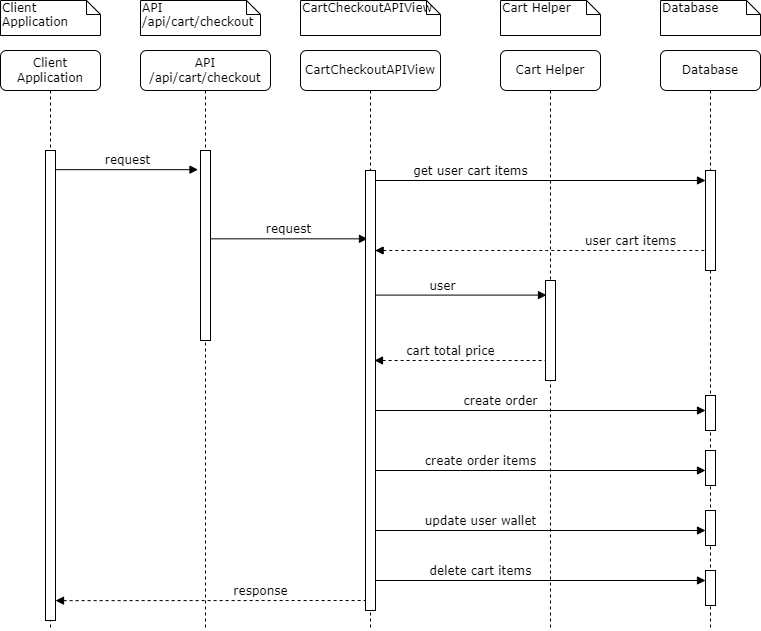
This is diagrams/sequence-diagram.drawio.png from dragos-bizu/shopping-cart, a draw.io export, as it was before one commit. Source tidied: cells renumbered, new cells last; positions are measured from the earlier drawing's top-left corner, leaving out a move shared by most shapes.
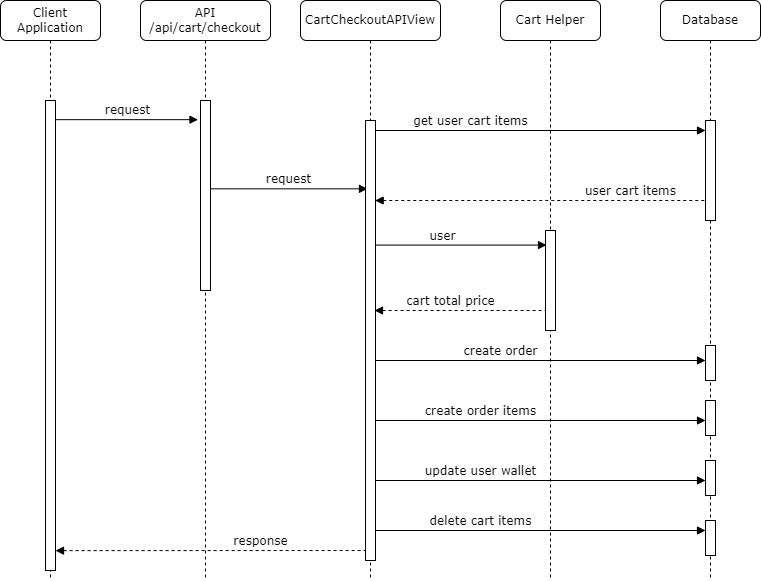
Later version of the same file.

The edit, as a diff of the source:
```diff
@@ -74,21 +74,6 @@
     <mxCell id="17" value="request" style="html=1;verticalAlign=bottom;endArrow=block;labelBackgroundColor=none;fontFamily=Verdana;fontSize=12;edgeStyle=elbowEdgeStyle;elbow=vertical;entryX=0.2;entryY=0.155;entryDx=0;entryDy=0;entryPerimeter=0;" parent="1" edge="1" source="5" target="31">
       <mxGeometry relative="1" as="geometry" />
     </mxCell>
-    <mxCell id="18" value="Client Application" style="shape=note;whiteSpace=wrap;html=1;size=14;verticalAlign=top;align=left;spacingTop=-6;rounded=0;shadow=0;comic=0;labelBackgroundColor=none;strokeWidth=1;fontFamily=Verdana;fontSize=12;" parent="1" vertex="1">
-      <mxGeometry x="94" width="100" height="35" as="geometry" />
-    </mxCell>
-    <mxCell id="19" value="API&lt;br&gt;/api/cart/checkout" style="shape=note;whiteSpace=wrap;html=1;size=14;verticalAlign=top;align=left;spacingTop=-6;rounded=0;shadow=0;comic=0;labelBackgroundColor=none;strokeWidth=1;fontFamily=Verdana;fontSize=12;" parent="1" vertex="1">
-      <mxGeometry x="234" width="120" height="35" as="geometry" />
-    </mxCell>
-    <mxCell id="20" value="CartCheckoutAPIView" style="shape=note;whiteSpace=wrap;html=1;size=14;verticalAlign=top;align=left;spacingTop=-6;rounded=0;shadow=0;comic=0;labelBackgroundColor=none;strokeWidth=1;fontFamily=Verdana;fontSize=12;" parent="1" vertex="1">
-      <mxGeometry x="394" width="140" height="35" as="geometry" />
-    </mxCell>
-    <mxCell id="21" value="Database" style="shape=note;whiteSpace=wrap;html=1;size=14;verticalAlign=top;align=left;spacingTop=-6;rounded=0;shadow=0;comic=0;labelBackgroundColor=none;strokeWidth=1;fontFamily=Verdana;fontSize=12;" parent="1" vertex="1">
-      <mxGeometry x="754" width="100" height="35" as="geometry" />
-    </mxCell>
-    <mxCell id="22" value="Cart Helper" style="shape=note;whiteSpace=wrap;html=1;size=14;verticalAlign=top;align=left;spacingTop=-6;rounded=0;shadow=0;comic=0;labelBackgroundColor=none;strokeWidth=1;fontFamily=Verdana;fontSize=12;" parent="1" vertex="1">
-      <mxGeometry x="594" width="100" height="35" as="geometry" />
-    </mxCell>
     <mxCell id="23" value="&lt;span style=&quot;text-align: left;&quot;&gt;Cart Helper&lt;/span&gt;" style="shape=umlLifeline;perimeter=lifelinePerimeter;whiteSpace=wrap;html=1;rounded=1;shadow=0;comic=0;labelBackgroundColor=none;strokeWidth=1;fontFamily=Verdana;fontSize=12;align=center;" parent="1" vertex="1">
       <mxGeometry x="594" y="50" width="100" height="580" as="geometry" />
     </mxCell>
```
